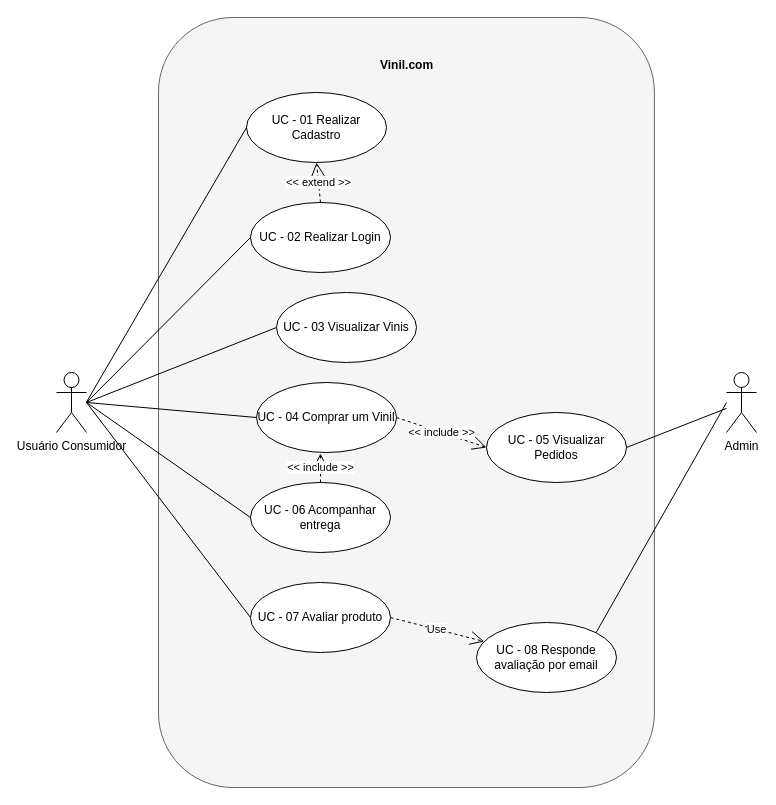
The draw.io diagram ModeloVinil/casp_de_uso.drawio.xml in Andre-ats/VinilProjetoModel, before the edit. Source tidied: cells renumbered, new cells numbered last; positions are measured from the earlier drawing's top-left corner, leaving out a move shared by most shapes. Both pictures are drawn from the tidied source at 100%, with x=0, y=0 at pixel (56, 17).
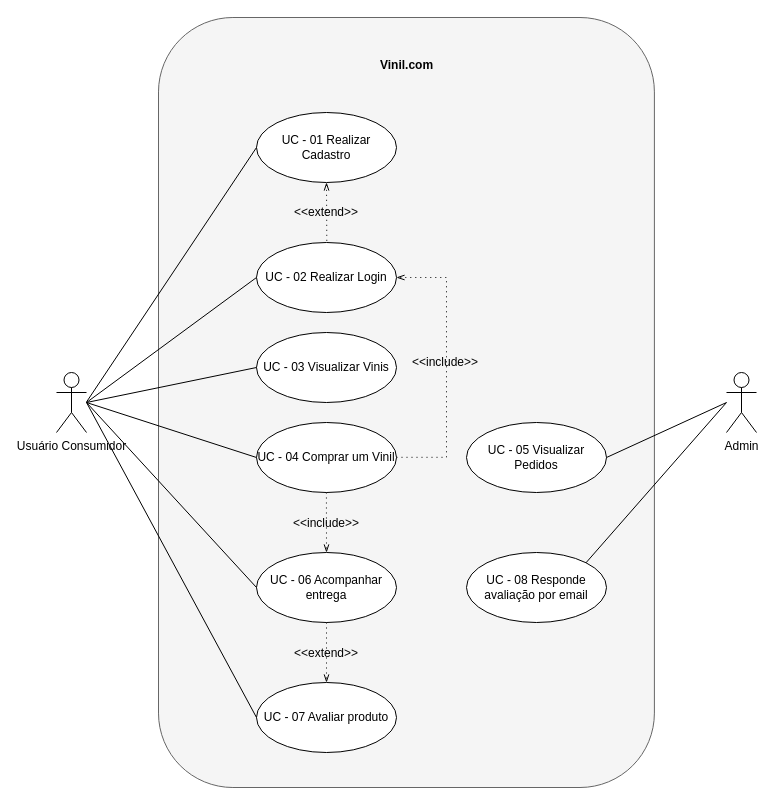
After the change.

Commit message (it also covers changes not shown here):
Use case

Unchanged cells that the change refers to:
```xml
<mxCell id="16" value="Admin" style="shape=umlActor;verticalLabelPosition=bottom;verticalAlign=top;html=1;" parent="1" vertex="1">
  <mxGeometry x="670" y="355" width="30" height="60" as="geometry" />
</mxCell>
```

Diff of the diagram source:
```diff
@@
     <mxCell id="4" value="UC - 01 Realizar Cadastro" style="ellipse;whiteSpace=wrap;html=1;" parent="1" vertex="1">
-      <mxGeometry x="190" y="75" width="140" height="70" as="geometry" />
+      <mxGeometry x="200" y="95" width="140" height="70" as="geometry" />
     </mxCell>
     <mxCell id="5" value="UC - 02 Realizar Login" style="ellipse;whiteSpace=wrap;html=1;" parent="1" vertex="1">
-      <mxGeometry x="194" y="185" width="140" height="70" as="geometry" />
+      <mxGeometry x="200" y="225" width="140" height="70" as="geometry" />
     </mxCell>
@@
     <mxCell id="9" value="UC - 03 Visualizar Vinis" style="ellipse;whiteSpace=wrap;html=1;" parent="1" vertex="1">
-      <mxGeometry x="220" y="275" width="140" height="70" as="geometry" />
+      <mxGeometry x="200" y="315" width="140" height="70" as="geometry" />
     </mxCell>
@@
-    <mxCell id="11" value="&amp;lt;&amp;lt; extend &amp;gt;&amp;gt;" style="endArrow=open;endSize=12;dashed=1;html=1;rounded=0;entryX=0.5;entryY=1;entryDx=0;entryDy=0;exitX=0.5;exitY=0;exitDx=0;exitDy=0;" parent="1" edge="1" source="5" target="4">
-      <mxGeometry relative="1" as="geometry" />
-    </mxCell>
     <mxCell id="12" value="UC - 04 Comprar um Vinil" style="ellipse;whiteSpace=wrap;html=1;" parent="1" vertex="1">
-      <mxGeometry x="200" y="365" width="140" height="70" as="geometry" />
+      <mxGeometry x="200" y="405" width="140" height="70" as="geometry" />
     </mxCell>
@@
-    <mxCell id="14" value="&amp;lt;&amp;lt; include &amp;gt;&amp;gt;" style="endArrow=open;endSize=12;dashed=1;html=1;rounded=0;exitX=1;exitY=0.5;exitDx=0;exitDy=0;entryX=0;entryY=0.5;entryDx=0;entryDy=0;" parent="1" edge="1" source="12" target="15">
-      <mxGeometry relative="1" as="geometry" />
-    </mxCell>
     <mxCell id="15" value="UC - 05 Visualizar Pedidos" style="ellipse;whiteSpace=wrap;html=1;" parent="1" vertex="1">
-      <mxGeometry x="430" y="395" width="140" height="70" as="geometry" />
+      <mxGeometry x="410" y="405" width="140" height="70" as="geometry" />
     </mxCell>
@@
-    <mxCell id="17" style="endArrow=none;html=1;rounded=0;exitX=1;exitY=0.5;exitDx=0;exitDy=0;" parent="1" edge="1" source="15" target="16">
-      <mxGeometry relative="1" as="geometry" />
+    <mxCell id="17" style="endArrow=none;html=1;rounded=0;exitX=1;exitY=0.5;exitDx=0;exitDy=0;" parent="1" edge="1" source="15">
+      <mxGeometry relative="1" as="geometry">
+        <mxPoint x="670" y="385" as="targetPoint" />
+      </mxGeometry>
     </mxCell>
     <mxCell id="18" value="UC - 06 Acompanhar entrega" style="ellipse;whiteSpace=wrap;html=1;" parent="1" vertex="1">
-      <mxGeometry x="194" y="465" width="140" height="70" as="geometry" />
+      <mxGeometry x="200" y="535" width="140" height="70" as="geometry" />
     </mxCell>
@@
-    <mxCell id="20" value="&amp;lt;&amp;lt; include &amp;gt;&amp;gt;" style="endArrow=open;endSize=12;dashed=1;html=1;rounded=0;exitX=0.5;exitY=0;exitDx=0;exitDy=0;entryX=0.457;entryY=1.014;entryDx=0;entryDy=0;entryPerimeter=0;" parent="1" edge="1" source="18" target="12">
-      <mxGeometry relative="1" as="geometry" />
-    </mxCell>
     <mxCell id="21" value="UC - 07 Avaliar produto" style="ellipse;whiteSpace=wrap;html=1;" parent="1" vertex="1">
-      <mxGeometry x="194" y="565" width="140" height="70" as="geometry" />
+      <mxGeometry x="200" y="665" width="140" height="70" as="geometry" />
     </mxCell>
@@
     <mxCell id="23" value="UC - 08 Responde avaliação por email" style="ellipse;whiteSpace=wrap;html=1;" parent="1" vertex="1">
-      <mxGeometry x="420" y="605" width="140" height="70" as="geometry" />
+      <mxGeometry x="410" y="535" width="140" height="70" as="geometry" />
     </mxCell>
@@
-    <mxCell id="25" value="Use" style="endArrow=open;endSize=12;dashed=1;html=1;rounded=0;exitX=1;exitY=0.5;exitDx=0;exitDy=0;" parent="1" edge="1" source="21" target="23">
-      <mxGeometry relative="1" as="geometry" />
-    </mxCell>
+    <mxCell id="26" style="edgeStyle=elbowEdgeStyle;fontSize=12;html=1;endFill=0;startFill=0;endSize=6;startSize=6;dashed=1;dashPattern=1 4;endArrow=openThin;startArrow=none;rounded=0;entryX=0.456;entryY=1.012;entryDx=0;entryDy=0;entryPerimeter=0;exitX=0.461;exitY=-0.012;exitDx=0;exitDy=0;exitPerimeter=0;" parent="1" edge="1">
+      <mxGeometry relative="1" as="geometry">
+        <mxPoint x="270.3" y="223.3" as="sourcePoint" />
+        <mxPoint x="269.7" y="165" as="targetPoint" />
+      </mxGeometry>
+    </mxCell>
+    <mxCell id="27" value="&amp;lt;&amp;lt;extend&amp;gt;&amp;gt;" style="text;html=1;align=center;verticalAlign=middle;whiteSpace=wrap;rounded=0;" parent="1" vertex="1">
+      <mxGeometry x="245" y="185" width="50" height="20" as="geometry" />
+    </mxCell>
+    <mxCell id="28" style="edgeStyle=elbowEdgeStyle;fontSize=12;html=1;endFill=0;startFill=0;endSize=6;startSize=6;dashed=1;dashPattern=1 4;endArrow=openThin;startArrow=none;rounded=0;exitX=0.461;exitY=-0.012;exitDx=0;exitDy=0;exitPerimeter=0;" parent="1" edge="1">
+      <mxGeometry relative="1" as="geometry">
+        <mxPoint x="269.9" y="475" as="sourcePoint" />
+        <mxPoint x="270" y="535" as="targetPoint" />
+      </mxGeometry>
+    </mxCell>
+    <mxCell id="29" value="&amp;lt;&amp;lt;include&amp;gt;&amp;gt;" style="text;html=1;align=center;verticalAlign=middle;whiteSpace=wrap;rounded=0;" parent="1" vertex="1">
+      <mxGeometry x="245" y="496" width="50" height="20" as="geometry" />
+    </mxCell>
+    <mxCell id="30" style="edgeStyle=elbowEdgeStyle;fontSize=12;html=1;endFill=0;startFill=0;endSize=6;startSize=6;dashed=1;dashPattern=1 4;endArrow=openThin;startArrow=none;rounded=0;entryX=1;entryY=0.5;entryDx=0;entryDy=0;" parent="1" edge="1" target="5">
+      <mxGeometry relative="1" as="geometry">
+        <mxPoint x="340" y="439.8" as="sourcePoint" />
+        <Array as="points">
+          <mxPoint x="390" y="285.2" />
+        </Array>
+      </mxGeometry>
+    </mxCell>
+    <mxCell id="31" value="&amp;lt;&amp;lt;include&amp;gt;&amp;gt;" style="text;html=1;align=center;verticalAlign=middle;whiteSpace=wrap;rounded=0;" parent="1" vertex="1">
+      <mxGeometry x="364" y="335" width="50" height="20" as="geometry" />
+    </mxCell>
+    <mxCell id="32" style="edgeStyle=elbowEdgeStyle;fontSize=12;html=1;endFill=0;startFill=0;endSize=6;startSize=6;dashed=1;dashPattern=1 4;endArrow=openThin;startArrow=none;rounded=0;exitX=0.5;exitY=1;exitDx=0;exitDy=0;entryX=0.5;entryY=0;entryDx=0;entryDy=0;" parent="1" edge="1" source="18" target="21">
+      <mxGeometry relative="1" as="geometry" />
+    </mxCell>
+    <mxCell id="33" value="&amp;lt;&amp;lt;extend&amp;gt;&amp;gt;" style="text;html=1;align=center;verticalAlign=middle;whiteSpace=wrap;rounded=0;" parent="1" vertex="1">
+      <mxGeometry x="245" y="626" width="50" height="20" as="geometry" />
+    </mxCell>
```
